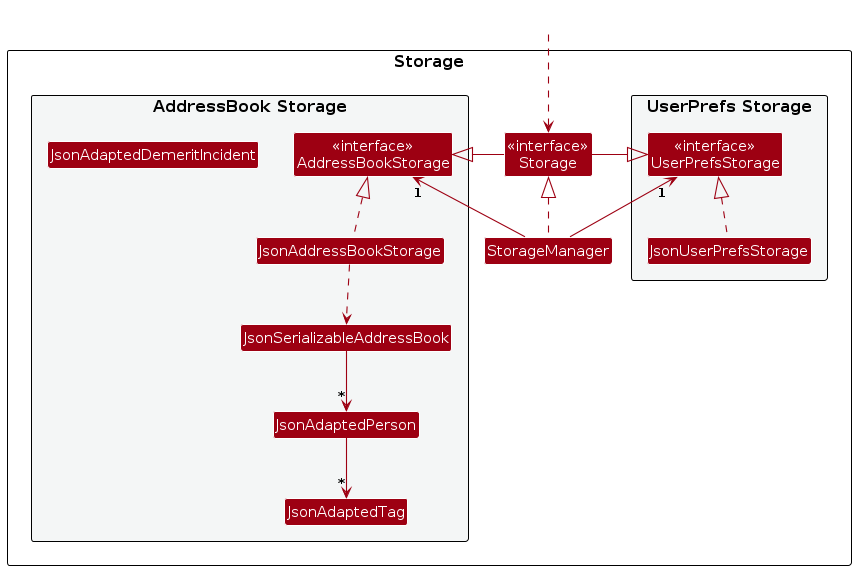
Above: diagrams/StorageClassDiagram.png in AY2526S2-CS2103T-T15-1/tp (PlantUML), before the change. Its source is kept beside it as diagrams/StorageClassDiagram.puml.
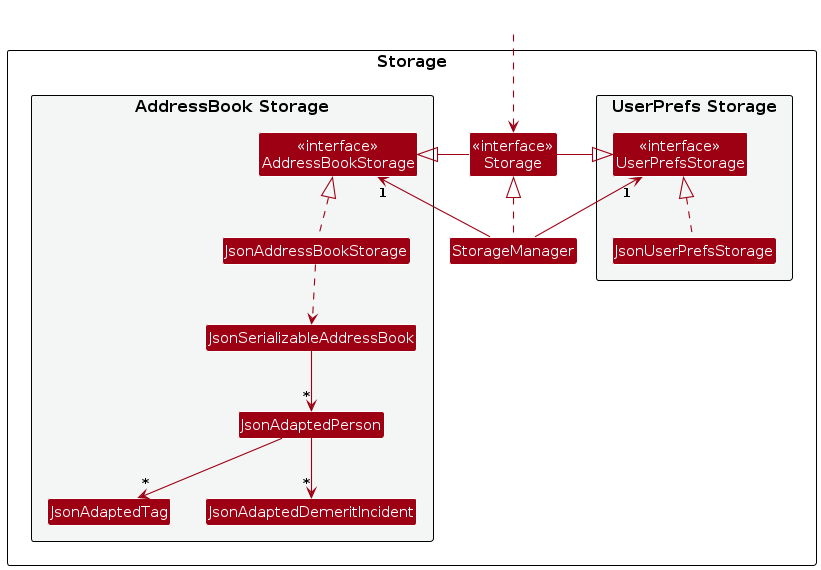
Later version of the same file.

Change to the diagram source:
```diff
@@ -40,5 +40,6 @@
 JsonAddressBookStorage ..> JsonSerializableAddressBook
 JsonSerializableAddressBook --> "*" JsonAdaptedPerson
 JsonAdaptedPerson --> "*" JsonAdaptedTag
+JsonAdaptedPerson --> "*" JsonAdaptedDemeritIncident
 
 @enduml
```
